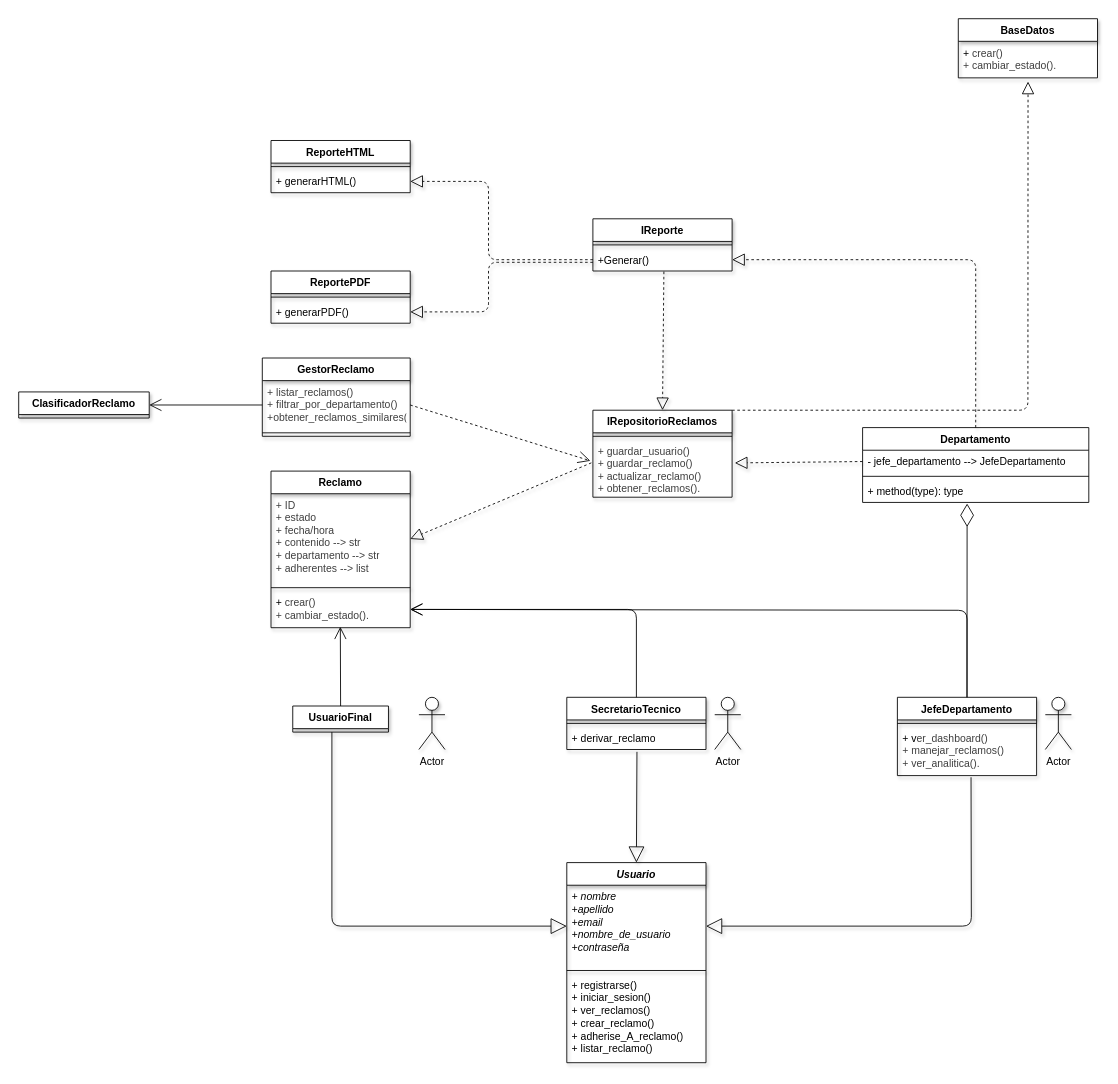
This is TrabajoPractica_3/docs/UML_Tp_3.drawio from AgustinG178/pa_2025c1_practica, a draw.io file, before an edit. Source tidied: cells renumbered, new cells numbered last; positions are measured from the earlier drawing's top-left corner, leaving out a move shared by most shapes. Both pictures are drawn from the tidied source at 87%, with x=0, y=0 at pixel (18, 18).
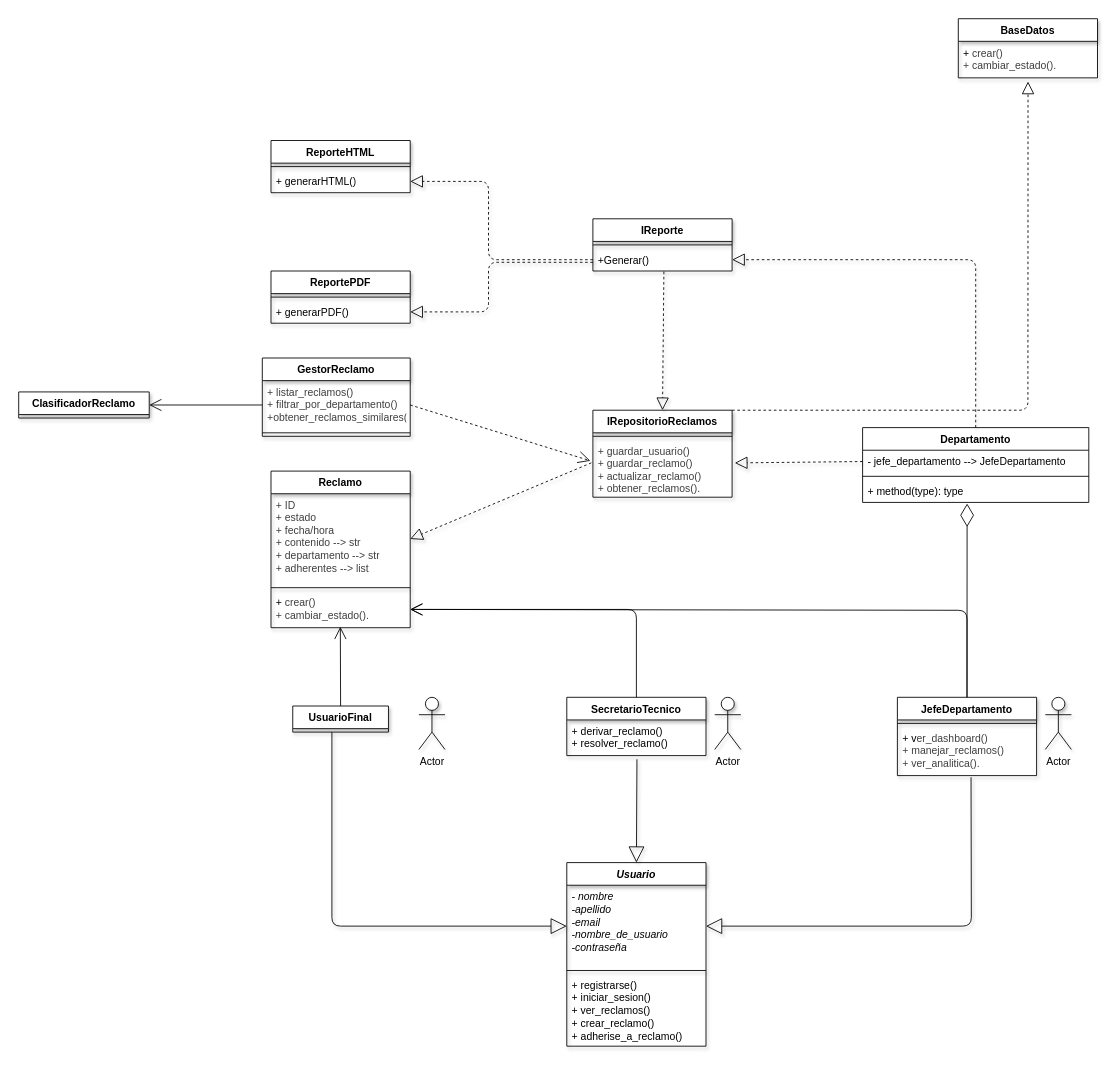
Above is the later version.

Commit message (it also covers changes not shown here):
Se Aplico Logica basica del programa para Usuario, Reclamo y BD

What changed in the source:
```diff
@@
     <mxCell id="2" value="&lt;i&gt;Usuario&lt;/i&gt;" style="swimlane;fontStyle=1;align=center;verticalAlign=top;horizontal=1;startSize=26;whiteSpace=wrap;html=1;swimlaneLine=1;shadow=1;" parent="1" vertex="1">
-      <mxGeometry x="630" y="970" width="160" height="230" as="geometry" />
+      <mxGeometry x="630" y="970" width="160" height="211" as="geometry" />
     </mxCell>
-    <mxCell id="3" value="+ nombre&lt;div&gt;+apellido&lt;/div&gt;&lt;div&gt;+email&lt;/div&gt;&lt;div&gt;+nombre_de_usuario&lt;/div&gt;&lt;div&gt;+contraseña&lt;/div&gt;&lt;div&gt;&lt;br&gt;&lt;/div&gt;" style="text;align=left;verticalAlign=top;spacingLeft=4;spacingRight=4;overflow=hidden;points=[[0,0.5],[1,0.5]];portConstraint=eastwest;whiteSpace=wrap;html=1;fontStyle=2;swimlaneLine=1;shadow=1;" parent="2" vertex="1">
+    <mxCell id="3" value="- nombre&lt;div&gt;-apellido&lt;/div&gt;&lt;div&gt;-email&lt;/div&gt;&lt;div&gt;-nombre_de_usuario&lt;/div&gt;&lt;div&gt;-contraseña&lt;/div&gt;&lt;div&gt;&lt;br&gt;&lt;/div&gt;" style="text;align=left;verticalAlign=top;spacingLeft=4;spacingRight=4;overflow=hidden;points=[[0,0.5],[1,0.5]];portConstraint=eastwest;whiteSpace=wrap;html=1;fontStyle=2;swimlaneLine=1;shadow=1;" parent="2" vertex="1">
       <mxGeometry y="26" width="160" height="94" as="geometry" />
     </mxCell>
@@
-    <mxCell id="5" value="+ registrarse()&lt;div&gt;+ iniciar_sesion()&lt;/div&gt;&lt;div&gt;+ ver_reclamos()&lt;/div&gt;&lt;div&gt;+ crear_reclamo()&lt;div&gt;+ adherise_A_reclamo()&lt;/div&gt;&lt;div&gt;+ listar_reclamo()&lt;/div&gt;&lt;div&gt;&lt;br style=&quot;color: rgb(63, 63, 63);&quot;&gt;&lt;/div&gt;&lt;/div&gt;" style="text;align=left;verticalAlign=top;spacingLeft=4;spacingRight=4;overflow=hidden;whiteSpace=wrap;html=1;swimlaneLine=1;shadow=1;" parent="2" vertex="1">
-      <mxGeometry y="128" width="160" height="102" as="geometry" />
+    <mxCell id="5" value="+ registrarse()&lt;div&gt;+ iniciar_sesion()&lt;/div&gt;&lt;div&gt;+ ver_reclamos()&lt;/div&gt;&lt;div&gt;+ crear_reclamo()&lt;div&gt;+ adherise_a_reclamo()&lt;/div&gt;&lt;div&gt;&lt;br style=&quot;color: rgb(63, 63, 63);&quot;&gt;&lt;/div&gt;&lt;/div&gt;" style="text;align=left;verticalAlign=top;spacingLeft=4;spacingRight=4;overflow=hidden;whiteSpace=wrap;html=1;swimlaneLine=1;shadow=1;" parent="2" vertex="1">
+      <mxGeometry y="128" width="160" height="83" as="geometry" />
     </mxCell>
@@
     <mxCell id="22" value="SecretarioTecnico" style="swimlane;fontStyle=1;align=center;verticalAlign=top;horizontal=1;startSize=26;whiteSpace=wrap;html=1;swimlaneLine=1;shadow=1;" parent="1" vertex="1">
-      <mxGeometry x="630" y="780" width="160" height="60" as="geometry" />
+      <mxGeometry x="630" y="780" width="160" height="67" as="geometry" />
     </mxCell>
-    <mxCell id="23" style="line;strokeWidth=1;align=left;verticalAlign=middle;spacingTop=-1;spacingLeft=3;spacingRight=3;labelPosition=right;swimlaneLine=1;shadow=1;" parent="22" vertex="1">
-      <mxGeometry y="26" width="160" height="8" as="geometry" />
-    </mxCell>
-    <mxCell id="24" value="+ derivar_reclamo&lt;div&gt;&lt;br&gt;&lt;/div&gt;" style="text;align=left;verticalAlign=top;spacingLeft=4;spacingRight=4;overflow=hidden;points=[[0,0.5],[1,0.5]];portConstraint=eastwest;whiteSpace=wrap;html=1;swimlaneLine=1;shadow=1;" parent="22" vertex="1">
-      <mxGeometry y="34" width="160" height="26" as="geometry" />
+    <mxCell id="24" value="+ derivar_reclamo()&lt;div&gt;+ resolver_reclamo()&lt;/div&gt;" style="text;align=left;verticalAlign=top;spacingLeft=4;spacingRight=4;overflow=hidden;points=[[0,0.5],[1,0.5]];portConstraint=eastwest;whiteSpace=wrap;html=1;swimlaneLine=1;shadow=1;" parent="22" vertex="1">
+      <mxGeometry y="26" width="160" height="41" as="geometry" />
     </mxCell>
```
